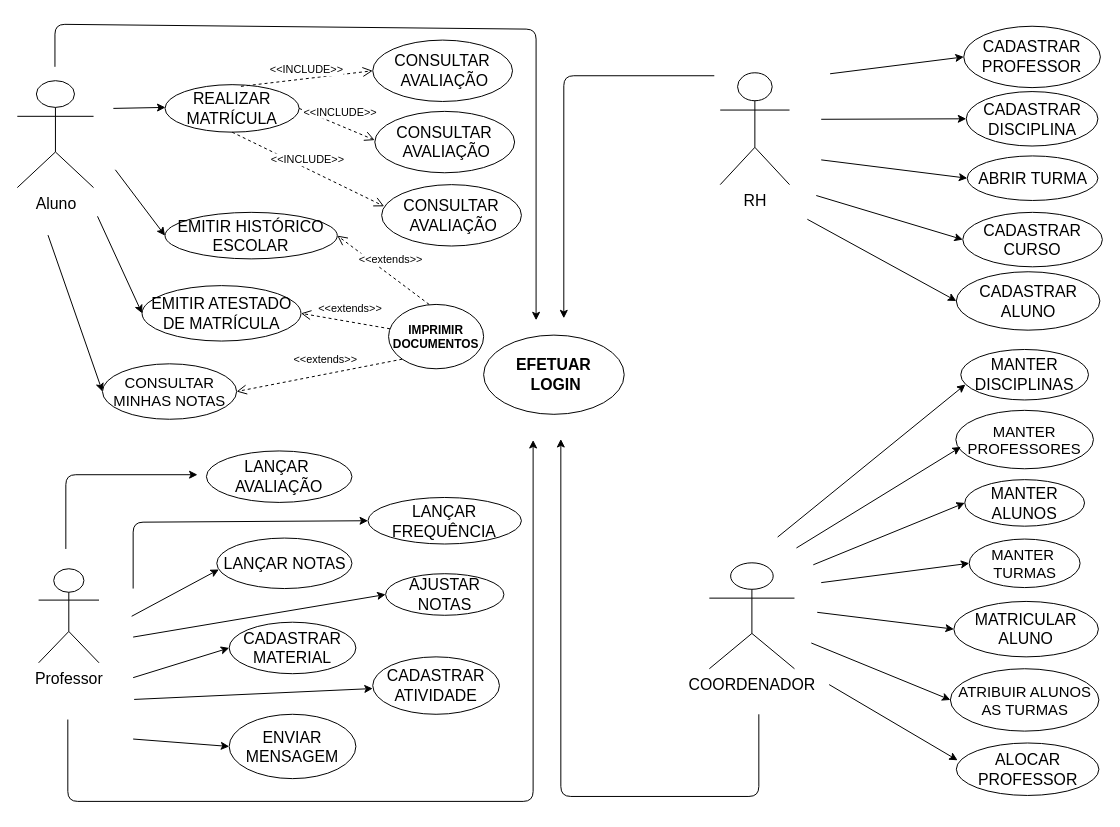
This is Untitled Diagram.drawio from ElDuarton/ProjetoNAP1APOO, a draw.io file, before an edit. Source tidied: cells renumbered, new cells numbered last; positions are measured from the earlier drawing's top-left corner, leaving out a move shared by most shapes. Both pictures are drawn from the tidied source at 99%, with x=0, y=0 at pixel (17, 24).
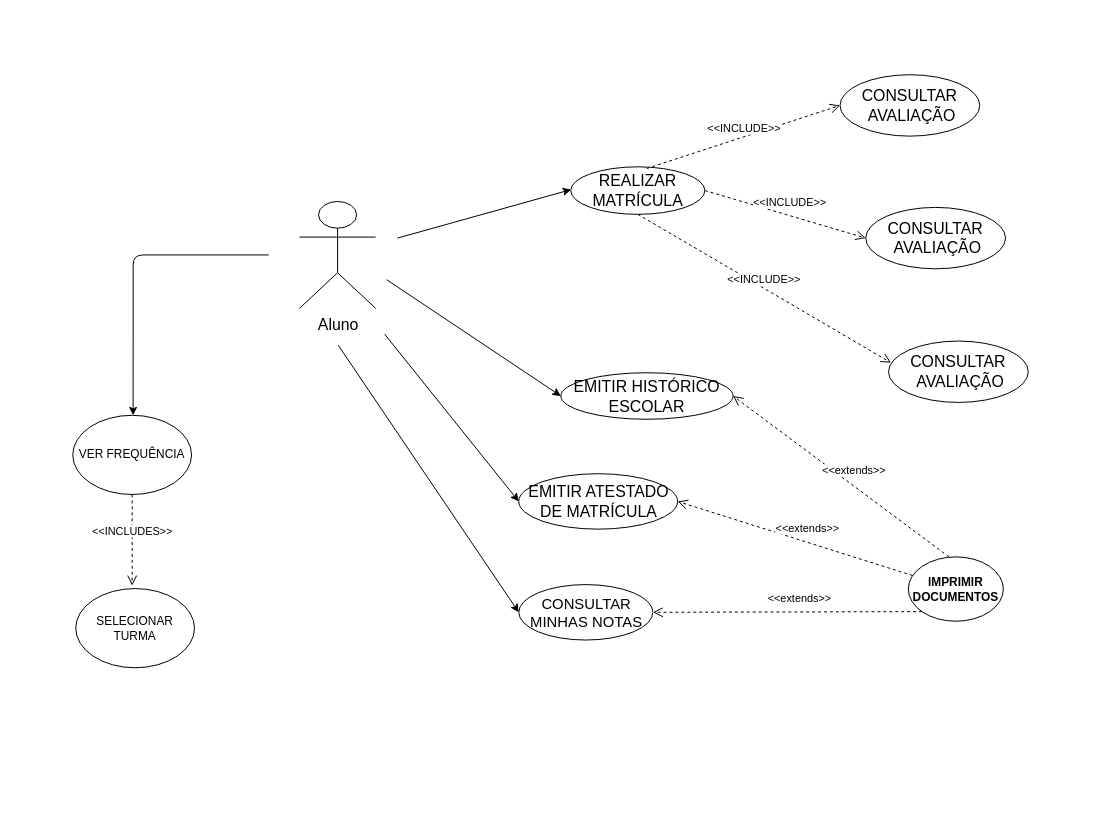
Above is the later version.

What changed in the source:
```diff
@@
     <mxCell id="2" value="Aluno" style="shape=umlActor;verticalLabelPosition=bottom;verticalAlign=top;html=1;fontSize=16;" parent="1" vertex="1">
-      <mxGeometry y="57" width="77" height="108" as="geometry" />
+      <mxGeometry x="285" y="179" width="77" height="108" as="geometry" />
     </mxCell>
-    <mxCell id="3" value="&lt;b&gt;EFETUAR&lt;/b&gt;&lt;br&gt;&lt;b&gt;&amp;nbsp;LOGIN&lt;/b&gt;" style="ellipse;whiteSpace=wrap;html=1;fontSize=16;" parent="1" vertex="1">
-      <mxGeometry x="471" y="314" width="142" height="80" as="geometry" />
-    </mxCell>
     <mxCell id="4" value="REALIZAR MATRÍCULA" style="ellipse;whiteSpace=wrap;html=1;fontSize=16;" parent="1" vertex="1">
-      <mxGeometry x="149.2" y="61" width="135.5" height="48" as="geometry" />
+      <mxGeometry x="559" y="144" width="135.5" height="48" as="geometry" />
     </mxCell>
     <mxCell id="5" value="EMITIR HISTÓRICO ESCOLAR" style="ellipse;whiteSpace=wrap;html=1;fontSize=16;" parent="1" vertex="1">
-      <mxGeometry x="149.2" y="190" width="174" height="47" as="geometry" />
+      <mxGeometry x="549" y="352" width="174" height="47" as="geometry" />
     </mxCell>
-    <mxCell id="6" style="endArrow=classic;html=1;" parent="1" edge="1">
-      <mxGeometry relative="1" as="geometry">
-        <mxPoint x="38" y="43" as="sourcePoint" />
-        <mxPoint x="524" y="299" as="targetPoint" />
-        <Array as="points">
-          <mxPoint x="38" />
-          <mxPoint x="524" y="5" />
-        </Array>
-      </mxGeometry>
-    </mxCell>
     <mxCell id="7" style="endArrow=classic;html=1;entryX=0.003;entryY=0.479;entryDx=0;entryDy=0;entryPerimeter=0;" parent="1" edge="1" target="4">
       <mxGeometry relative="1" as="geometry">
-        <mxPoint x="97" y="85" as="sourcePoint" />
+        <mxPoint x="384" y="216" as="sourcePoint" />
       </mxGeometry>
     </mxCell>
     <mxCell id="8" style="endArrow=classic;html=1;entryX=0;entryY=0.5;entryDx=0;entryDy=0;" parent="1" edge="1" target="5">
       <mxGeometry relative="1" as="geometry">
-        <mxPoint x="99" y="147" as="sourcePoint" />
+        <mxPoint x="373" y="258" as="sourcePoint" />
       </mxGeometry>
     </mxCell>
-    <mxCell id="9" value="Professor" style="shape=umlActor;verticalLabelPosition=bottom;verticalAlign=top;html=1;fontSize=16;" parent="1" vertex="1">
-      <mxGeometry x="21.5" y="550" width="61" height="95" as="geometry" />
-    </mxCell>
-    <mxCell id="10" value="LANÇAR&amp;nbsp;&lt;br&gt;AVALIAÇÃO" style="ellipse;whiteSpace=wrap;html=1;fontSize=16;" parent="1" vertex="1">
-      <mxGeometry x="191" y="431" width="147" height="52" as="geometry" />
-    </mxCell>
-    <mxCell id="11" style="endArrow=classic;html=1;" parent="1" edge="1">
-      <mxGeometry relative="1" as="geometry">
-        <mxPoint x="49" y="530" as="sourcePoint" />
-        <mxPoint x="182" y="455" as="targetPoint" />
-        <Array as="points">
-          <mxPoint x="49" y="455" />
-        </Array>
-      </mxGeometry>
-    </mxCell>
-    <mxCell id="12" value="LANÇAR FREQUÊNCIA" style="ellipse;whiteSpace=wrap;html=1;fontSize=16;" parent="1" vertex="1">
-      <mxGeometry x="354.2" y="478" width="155" height="47" as="geometry" />
-    </mxCell>
-    <mxCell id="13" style="endArrow=classic;html=1;fontSize=16;entryX=0;entryY=0.5;entryDx=0;entryDy=0;" parent="1" edge="1" target="12">
-      <mxGeometry relative="1" as="geometry">
-        <mxPoint x="117" y="570" as="sourcePoint" />
-        <Array as="points">
-          <mxPoint x="117" y="503" />
-        </Array>
-      </mxGeometry>
-    </mxCell>
-    <mxCell id="14" value="LANÇAR NOTAS" style="ellipse;whiteSpace=wrap;html=1;fontSize=16;" parent="1" vertex="1">
-      <mxGeometry x="201.5" y="519" width="136.5" height="51" as="geometry" />
-    </mxCell>
-    <mxCell id="15" value="AJUSTAR NOTAS" style="ellipse;whiteSpace=wrap;html=1;fontSize=16;" parent="1" vertex="1">
-      <mxGeometry x="372" y="555" width="119.5" height="42" as="geometry" />
-    </mxCell>
-    <mxCell id="16" style="endArrow=classic;html=1;fontSize=16;entryX=0.015;entryY=0.622;entryDx=0;entryDy=0;entryPerimeter=0;" parent="1" edge="1" target="14">
-      <mxGeometry relative="1" as="geometry">
-        <mxPoint x="115.5" y="598" as="sourcePoint" />
-      </mxGeometry>
-    </mxCell>
-    <mxCell id="17" style="endArrow=classic;html=1;entryX=0;entryY=0.5;entryDx=0;entryDy=0;" parent="1" edge="1" target="15">
-      <mxGeometry relative="1" as="geometry">
-        <mxPoint x="117" y="619" as="sourcePoint" />
-      </mxGeometry>
-    </mxCell>
-    <mxCell id="18" value="RH" style="shape=umlActor;verticalLabelPosition=bottom;verticalAlign=top;html=1;fontSize=16;" parent="1" vertex="1">
-      <mxGeometry x="710" y="49" width="70" height="113" as="geometry" />
-    </mxCell>
-    <mxCell id="19" value="CADASTRAR PROFESSOR" style="ellipse;whiteSpace=wrap;html=1;fontSize=16;" parent="1" vertex="1">
-      <mxGeometry x="956" y="2" width="138" height="62" as="geometry" />
-    </mxCell>
-    <mxCell id="20" value="CADASTRAR DISCIPLINA" style="ellipse;whiteSpace=wrap;html=1;fontSize=16;" parent="1" vertex="1">
-      <mxGeometry x="958.5" y="68" width="133" height="55" as="geometry" />
-    </mxCell>
-    <mxCell id="21" value="ABRIR TURMA" style="ellipse;whiteSpace=wrap;html=1;fontSize=16;" parent="1" vertex="1">
-      <mxGeometry x="959.5" y="133" width="132" height="45" as="geometry" />
-    </mxCell>
-    <mxCell id="22" value="ALOCAR PROFESSOR" style="ellipse;whiteSpace=wrap;html=1;fontSize=16;" parent="1" vertex="1">
-      <mxGeometry x="948.5" y="726" width="144" height="53" as="geometry" />
-    </mxCell>
-    <mxCell id="23" value="COORDENADOR" style="shape=umlActor;verticalLabelPosition=bottom;verticalAlign=top;html=1;fontSize=16;" parent="1" vertex="1">
-      <mxGeometry x="699" y="544" width="86" height="107" as="geometry" />
-    </mxCell>
-    <mxCell id="24" style="endArrow=classic;html=1;fontSize=16;" parent="1" edge="1">
-      <mxGeometry relative="1" as="geometry">
-        <mxPoint x="749" y="697" as="sourcePoint" />
-        <mxPoint x="549" y="419" as="targetPoint" />
-        <Array as="points">
-          <mxPoint x="749" y="780" />
-          <mxPoint x="549" y="780" />
-        </Array>
-      </mxGeometry>
-    </mxCell>
-    <mxCell id="25" style="endArrow=classic;html=1;fontSize=16;entryX=0;entryY=0.5;entryDx=0;entryDy=0;" parent="1" edge="1" target="19">
-      <mxGeometry relative="1" as="geometry">
-        <mxPoint x="821" y="50" as="sourcePoint" />
-      </mxGeometry>
-    </mxCell>
-    <mxCell id="26" style="endArrow=classic;html=1;entryX=0;entryY=0.5;entryDx=0;entryDy=0;" parent="1" edge="1" target="35">
-      <mxGeometry relative="1" as="geometry">
-        <mxPoint x="804" y="546" as="sourcePoint" />
-      </mxGeometry>
-    </mxCell>
-    <mxCell id="27" style="endArrow=classic;html=1;entryX=0;entryY=0.5;entryDx=0;entryDy=0;" parent="1" edge="1" target="20">
-      <mxGeometry relative="1" as="geometry">
-        <mxPoint x="812" y="96" as="sourcePoint" />
-      </mxGeometry>
-    </mxCell>
-    <mxCell id="28" style="endArrow=classic;html=1;entryX=0;entryY=0.5;entryDx=0;entryDy=0;" parent="1" edge="1" target="21">
-      <mxGeometry relative="1" as="geometry">
-        <mxPoint x="812" y="137" as="sourcePoint" />
-      </mxGeometry>
-    </mxCell>
-    <mxCell id="29" style="endArrow=classic;html=1;" parent="1" edge="1">
-      <mxGeometry relative="1" as="geometry">
-        <mxPoint x="704" y="52" as="sourcePoint" />
-        <mxPoint x="552" y="297" as="targetPoint" />
-        <Array as="points">
-          <mxPoint x="552" y="52" />
-        </Array>
-      </mxGeometry>
-    </mxCell>
     <mxCell id="30" value="&lt;font style=&quot;font-size: 16px&quot;&gt;EMITIR ATESTADO DE MATRÍCULA&lt;/font&gt;" style="ellipse;whiteSpace=wrap;html=1;" parent="1" vertex="1">
-      <mxGeometry x="126" y="264" width="160.5" height="56" as="geometry" />
+      <mxGeometry x="506.5" y="454" width="160.5" height="56" as="geometry" />
     </mxCell>
     <mxCell id="31" style="endArrow=classic;html=1;entryX=0;entryY=0.5;entryDx=0;entryDy=0;" parent="1" edge="1" target="44">
       <mxGeometry relative="1" as="geometry">
-        <mxPoint x="31" y="213" as="sourcePoint" />
+        <mxPoint x="324" y="324" as="sourcePoint" />
       </mxGeometry>
     </mxCell>
     <mxCell id="32" value="&lt;font style=&quot;font-size: 16px&quot;&gt;CONSULTAR&lt;br&gt;&amp;nbsp;AVALIAÇÃO&lt;/font&gt;" style="ellipse;whiteSpace=wrap;html=1;" parent="1" vertex="1">
-      <mxGeometry x="359" y="16" width="141.2" height="62" as="geometry" />
+      <mxGeometry x="831" y="51" width="141.2" height="62" as="geometry" />
     </mxCell>
-    <mxCell id="33" style="endArrow=classic;html=1;" parent="1" edge="1">
-      <mxGeometry relative="1" as="geometry">
-        <mxPoint x="51" y="702.3" as="sourcePoint" />
-        <mxPoint x="521" y="420" as="targetPoint" />
-        <Array as="points">
-          <mxPoint x="51" y="785" />
-          <mxPoint x="521" y="785" />
-        </Array>
-      </mxGeometry>
-    </mxCell>
-    <mxCell id="34" value="&lt;font style=&quot;font-size: 16px&quot;&gt;MATRICULAR ALUNO&lt;/font&gt;" style="ellipse;whiteSpace=wrap;html=1;" parent="1" vertex="1">
-      <mxGeometry x="946" y="583" width="146" height="56" as="geometry" />
-    </mxCell>
-    <mxCell id="35" value="&lt;font style=&quot;font-size: 16px&quot;&gt;MANTER&lt;br&gt;ALUNOS&lt;/font&gt;" style="ellipse;whiteSpace=wrap;html=1;" parent="1" vertex="1">
-      <mxGeometry x="957" y="460" width="121" height="47" as="geometry" />
-    </mxCell>
-    <mxCell id="36" value="&lt;font style=&quot;font-size: 16px&quot;&gt;MANTER DISCIPLINAS&lt;/font&gt;" style="ellipse;whiteSpace=wrap;html=1;" parent="1" vertex="1">
-      <mxGeometry x="953" y="328.5" width="129" height="51" as="geometry" />
-    </mxCell>
-    <mxCell id="37" value="&lt;font style=&quot;font-size: 15px&quot;&gt;MANTER PROFESSORES&lt;/font&gt;" style="ellipse;whiteSpace=wrap;html=1;" parent="1" vertex="1">
-      <mxGeometry x="948" y="390" width="139" height="59" as="geometry" />
-    </mxCell>
-    <mxCell id="38" value="&lt;font style=&quot;font-size: 16px&quot;&gt;CADASTRAR ATIVIDADE&lt;/font&gt;" style="ellipse;whiteSpace=wrap;html=1;" parent="1" vertex="1">
-      <mxGeometry x="359" y="639" width="128" height="58" as="geometry" />
-    </mxCell>
-    <mxCell id="39" value="&lt;font style=&quot;font-size: 16px&quot;&gt;CADASTRAR MATERIAL&lt;/font&gt;" style="ellipse;whiteSpace=wrap;html=1;" parent="1" vertex="1">
-      <mxGeometry x="214" y="604" width="128" height="52" as="geometry" />
-    </mxCell>
-    <mxCell id="40" style="endArrow=classic;html=1;entryX=0;entryY=0.5;entryDx=0;entryDy=0;" parent="1" edge="1" target="39">
-      <mxGeometry relative="1" as="geometry">
-        <mxPoint x="117" y="660" as="sourcePoint" />
-      </mxGeometry>
-    </mxCell>
-    <mxCell id="41" style="endArrow=classic;html=1;" parent="1" edge="1">
-      <mxGeometry relative="1" as="geometry">
-        <mxPoint x="118" y="682" as="sourcePoint" />
-        <mxPoint x="359" y="671" as="targetPoint" />
-      </mxGeometry>
-    </mxCell>
-    <mxCell id="42" style="endArrow=classic;html=1;entryX=0;entryY=0.5;entryDx=0;entryDy=0;" parent="1" edge="1" target="43">
-      <mxGeometry relative="1" as="geometry">
-        <mxPoint x="117" y="722" as="sourcePoint" />
-      </mxGeometry>
-    </mxCell>
-    <mxCell id="43" value="&lt;font style=&quot;font-size: 16px&quot;&gt;ENVIAR MENSAGEM&lt;/font&gt;" style="ellipse;whiteSpace=wrap;html=1;" parent="1" vertex="1">
-      <mxGeometry x="214" y="697" width="128" height="65" as="geometry" />
-    </mxCell>
     <mxCell id="44" value="&lt;font style=&quot;font-size: 15px&quot;&gt;CONSULTAR MINHAS NOTAS&lt;/font&gt;" style="ellipse;whiteSpace=wrap;html=1;" parent="1" vertex="1">
-      <mxGeometry x="86" y="343" width="135.5" height="56" as="geometry" />
+      <mxGeometry x="506.5" y="566" width="135.5" height="56" as="geometry" />
     </mxCell>
     <mxCell id="45" value="&lt;font style=&quot;font-size: 12px&quot;&gt;&lt;b&gt;IMPRIMIR DOCUMENTOS&lt;/b&gt;&lt;/font&gt;" style="ellipse;whiteSpace=wrap;html=1;" parent="1" vertex="1">
-      <mxGeometry x="375" y="283" width="96" height="65" as="geometry" />
+      <mxGeometry x="900" y="538" width="96" height="65" as="geometry" />
     </mxCell>
@@
     <mxCell id="49" style="endArrow=classic;html=1;entryX=0;entryY=0.5;entryDx=0;entryDy=0;" parent="1" edge="1" target="30">
       <mxGeometry relative="1" as="geometry">
-        <mxPoint x="81" y="194" as="sourcePoint" />
+        <mxPoint x="371" y="313" as="sourcePoint" />
       </mxGeometry>
     </mxCell>
     <mxCell id="50" value="&lt;font style=&quot;font-size: 16px&quot;&gt;CONSULTAR&lt;br&gt;&amp;nbsp;AVALIAÇÃO&lt;/font&gt;" style="ellipse;whiteSpace=wrap;html=1;" parent="1" vertex="1">
-      <mxGeometry x="361.1" y="88" width="141.2" height="62" as="geometry" />
+      <mxGeometry x="857" y="185" width="141.2" height="62" as="geometry" />
     </mxCell>
     <mxCell id="51" value="&lt;font style=&quot;font-size: 16px&quot;&gt;CONSULTAR&lt;br&gt;&amp;nbsp;AVALIAÇÃO&lt;/font&gt;" style="ellipse;whiteSpace=wrap;html=1;" parent="1" vertex="1">
-      <mxGeometry x="368" y="162" width="141.2" height="62" as="geometry" />
+      <mxGeometry x="880" y="320" width="141.2" height="62" as="geometry" />
     </mxCell>
@@
-    <mxCell id="53" value="&amp;lt;&amp;lt;INCLUDE&amp;gt;&amp;gt;" style="html=1;verticalAlign=bottom;endArrow=open;dashed=1;endSize=8;exitX=1;exitY=0.5;exitDx=0;exitDy=0;" parent="1" edge="1" source="4">
-      <mxGeometry x="0.04" y="4" relative="1" as="geometry">
-        <mxPoint x="361" y="117" as="targetPoint" />
-      </mxGeometry>
+    <mxCell id="53" value="&amp;lt;&amp;lt;INCLUDE&amp;gt;&amp;gt;" style="html=1;verticalAlign=bottom;endArrow=open;dashed=1;endSize=8;exitX=1;exitY=0.5;exitDx=0;exitDy=0;entryX=0;entryY=0.5;entryDx=0;entryDy=0;" parent="1" edge="1" source="4" target="50">
+      <mxGeometry x="0.04" y="4" relative="1" as="geometry" />
     </mxCell>
@@
-    <mxCell id="55" value="&lt;font style=&quot;font-size: 15px&quot;&gt;MANTER&amp;nbsp;&lt;br&gt;TURMAS&lt;/font&gt;" style="ellipse;whiteSpace=wrap;html=1;" parent="1" vertex="1">
-      <mxGeometry x="961.5" y="520" width="112" height="49" as="geometry" />
-    </mxCell>
-    <mxCell id="56" value="&lt;font style=&quot;font-size: 15px&quot;&gt;ATRIBUIR ALUNOS AS TURMAS&lt;/font&gt;" style="ellipse;whiteSpace=wrap;html=1;" parent="1" vertex="1">
-      <mxGeometry x="942.5" y="651" width="150" height="63" as="geometry" />
-    </mxCell>
-    <mxCell id="57" style="endArrow=classic;html=1;entryX=0;entryY=0.5;entryDx=0;entryDy=0;" parent="1" edge="1" target="55">
-      <mxGeometry relative="1" as="geometry">
-        <mxPoint x="812" y="564" as="sourcePoint" />
-      </mxGeometry>
-    </mxCell>
-    <mxCell id="58" style="endArrow=classic;html=1;entryX=0;entryY=0.5;entryDx=0;entryDy=0;" parent="1" edge="1" target="34">
-      <mxGeometry relative="1" as="geometry">
-        <mxPoint x="808" y="594" as="sourcePoint" />
-      </mxGeometry>
-    </mxCell>
-    <mxCell id="59" style="endArrow=classic;html=1;entryX=0;entryY=0.5;entryDx=0;entryDy=0;" parent="1" edge="1" target="56">
-      <mxGeometry relative="1" as="geometry">
-        <mxPoint x="802" y="625" as="sourcePoint" />
-      </mxGeometry>
-    </mxCell>
-    <mxCell id="60" style="endArrow=classic;html=1;entryX=0.009;entryY=0.33;entryDx=0;entryDy=0;entryPerimeter=0;" parent="1" edge="1" target="22">
-      <mxGeometry relative="1" as="geometry">
-        <mxPoint x="820" y="667" as="sourcePoint" />
-      </mxGeometry>
-    </mxCell>
-    <mxCell id="61" style="endArrow=classic;html=1;" parent="1" edge="1">
-      <mxGeometry relative="1" as="geometry">
-        <mxPoint x="787" y="529" as="sourcePoint" />
-        <mxPoint x="953" y="427" as="targetPoint" />
-      </mxGeometry>
-    </mxCell>
-    <mxCell id="62" style="endArrow=classic;html=1;entryX=0.036;entryY=0.694;entryDx=0;entryDy=0;entryPerimeter=0;" parent="1" edge="1" target="36">
-      <mxGeometry relative="1" as="geometry">
-        <mxPoint x="768" y="518" as="sourcePoint" />
-      </mxGeometry>
-    </mxCell>
-    <mxCell id="63" value="&lt;font style=&quot;font-size: 16px&quot;&gt;CADASTRAR&lt;br&gt;CURSO&lt;/font&gt;" style="ellipse;whiteSpace=wrap;html=1;" parent="1" vertex="1">
-      <mxGeometry x="955" y="190" width="141" height="55" as="geometry" />
-    </mxCell>
-    <mxCell id="64" style="endArrow=classic;html=1;entryX=0;entryY=0.5;entryDx=0;entryDy=0;" parent="1" edge="1" target="63">
-      <mxGeometry relative="1" as="geometry">
-        <mxPoint x="807" y="173" as="sourcePoint" />
-      </mxGeometry>
-    </mxCell>
-    <mxCell id="65" value="&lt;font style=&quot;font-size: 16px&quot;&gt;CADASTRAR&lt;br&gt;ALUNO&lt;/font&gt;" style="ellipse;whiteSpace=wrap;html=1;" parent="1" vertex="1">
-      <mxGeometry x="948.5" y="250" width="145" height="59" as="geometry" />
-    </mxCell>
-    <mxCell id="66" style="endArrow=classic;html=1;entryX=0;entryY=0.5;entryDx=0;entryDy=0;" parent="1" edge="1" target="65">
-      <mxGeometry relative="1" as="geometry">
-        <mxPoint x="798" y="197" as="sourcePoint" />
-      </mxGeometry>
-    </mxCell>
+    <mxCell id="67" style="endArrow=classic;html=1;entryX=0.508;entryY=0;entryDx=0;entryDy=0;entryPerimeter=0;" parent="1" edge="1" target="68">
+      <mxGeometry relative="1" as="geometry">
+        <mxPoint x="254" y="233" as="sourcePoint" />
+        <Array as="points">
+          <mxPoint x="117" y="233" />
+        </Array>
+      </mxGeometry>
+    </mxCell>
+    <mxCell id="68" value="VER FREQUÊNCIA" style="ellipse;whiteSpace=wrap;html=1;" parent="1" vertex="1">
+      <mxGeometry x="56" y="395" width="120" height="80" as="geometry" />
+    </mxCell>
+    <mxCell id="69" value="&amp;lt;&amp;lt;INCLUDES&amp;gt;&amp;gt;" style="html=1;verticalAlign=bottom;endArrow=open;dashed=1;endSize=8;exitX=0.5;exitY=1;exitDx=0;exitDy=0;" parent="1" edge="1" source="68">
+      <mxGeometry relative="1" as="geometry">
+        <mxPoint x="116" y="567" as="targetPoint" />
+      </mxGeometry>
+    </mxCell>
+    <mxCell id="70" value="SELECIONAR TURMA" style="ellipse;whiteSpace=wrap;html=1;" parent="1" vertex="1">
+      <mxGeometry x="59" y="570" width="120" height="80" as="geometry" />
+    </mxCell>
```
